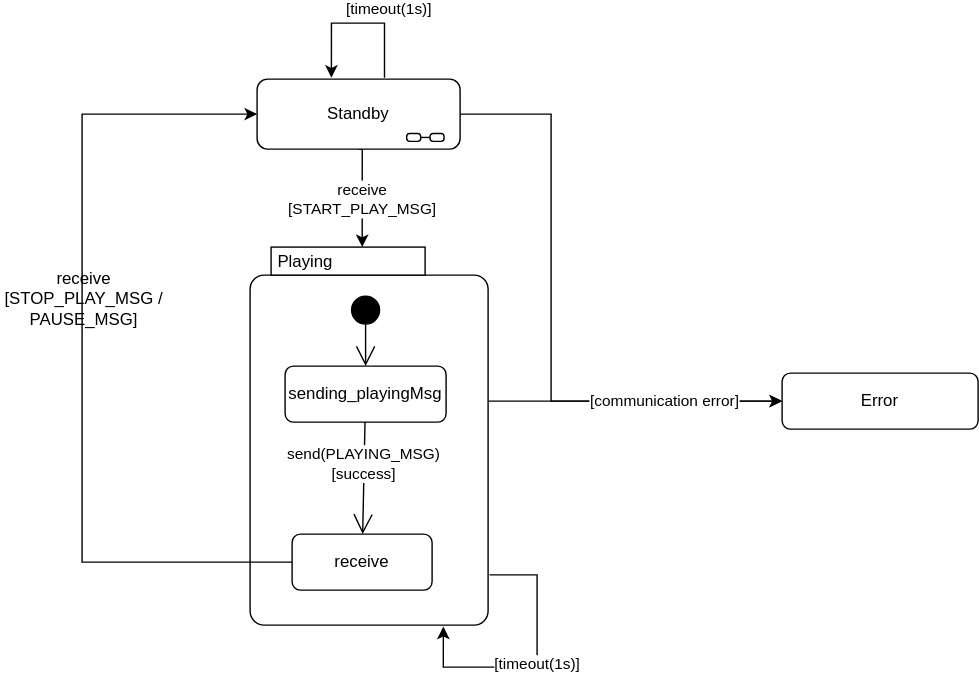
This is Docs/CDCEmulation_SwInterface-Playing_SM.svg from lengyela89/Renault-BT, a draw.io export, as it was before one commit. Source tidied: cells renumbered, new cells last; positions are measured from the earlier drawing's top-left corner, leaving out a move shared by most shapes.
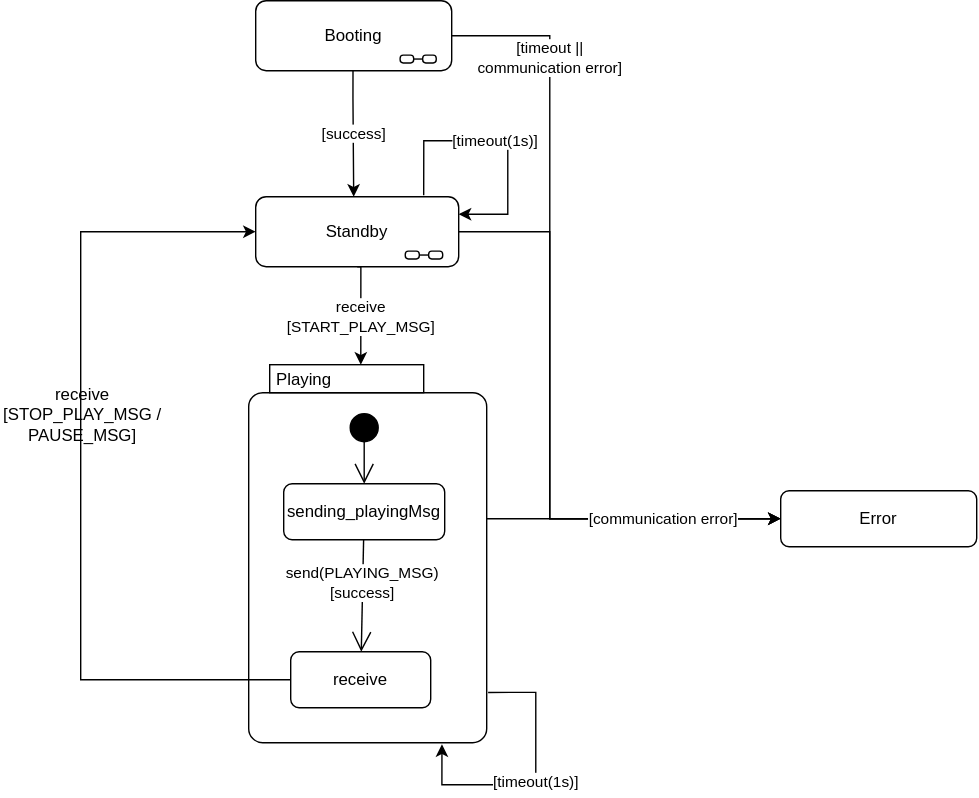
After the change.

Change to the diagram source:
```diff
@@ -2,100 +2,137 @@
   <root>
     <mxCell id="0" />
     <mxCell id="1" parent="0" />
-    <mxCell id="2" style="edgeStyle=orthogonalEdgeStyle;rounded=0;jettySize=auto;html=1;entryX=0;entryY=0.5;entryDx=0;entryDy=0;" parent="1" edge="1" source="3" target="14">
-      <mxGeometry relative="1" as="geometry">
+    <mxCell id="2" value="[timeout || &lt;br&gt;communication error]" style="edgeStyle=orthogonalEdgeStyle;rounded=0;jettySize=auto;html=1;exitX=1;exitY=0.5;exitDx=0;exitDy=0;entryX=0;entryY=0.5;entryDx=0;entryDy=0;" parent="1" edge="1" source="24" target="15">
+      <mxGeometry x="-0.76" y="-15" relative="1" as="geometry">
         <Array as="points">
-          <mxPoint x="325" y="270" />
-          <mxPoint x="325" y="270" />
+          <mxPoint x="335" y="75" />
+          <mxPoint x="335" y="420" />
         </Array>
+        <mxPoint x="15" y="15" as="offset" />
       </mxGeometry>
     </mxCell>
-    <mxCell id="3" value="Playing" style="shape=mxgraph.sysml.compState;align=left;verticalAlign=top;spacingTop=-3;spacingLeft=18;strokeWidth=1;" parent="1" vertex="1">
-      <mxGeometry x="120" y="160" width="170" height="270" as="geometry" />
+    <mxCell id="3" style="edgeStyle=orthogonalEdgeStyle;rounded=0;jettySize=auto;html=1;entryX=0;entryY=0.5;entryDx=0;entryDy=0;" parent="1" edge="1" source="4" target="15">
+      <mxGeometry relative="1" as="geometry">
+        <Array as="points">
+          <mxPoint x="325" y="420" />
+          <mxPoint x="325" y="420" />
+        </Array>
+      </mxGeometry>
     </mxCell>
-    <mxCell id="4" style="shape=ellipse;html=1;fillColor=#000000;verticalLabelPosition=bottom;labelBackgroundColor=#ffffff;verticalAlign=top;" parent="3" vertex="1">
-      <mxGeometry x="72.5" y="35" width="20" height="20" as="geometry" />
+    <mxCell id="4" value="Playing" style="shape=mxgraph.sysml.compState;align=left;verticalAlign=top;spacingTop=-3;spacingLeft=18;strokeWidth=1;" parent="1" vertex="1">
+      <mxGeometry x="120" y="310" width="170" height="270" as="geometry" />
     </mxCell>
-    <mxCell id="5" value="sending_playingMsg" style="strokeColor=inherit;fillColor=inherit;gradientColor=inherit;shape=rect;html=1;rounded=1;whiteSpace=wrap;align=center;" parent="3" vertex="1">
-      <mxGeometry x="25" y="85" width="115" height="40" as="geometry" />
+    <mxCell id="5" style="shape=ellipse;html=1;fillColor=#000000;verticalLabelPosition=bottom;labelBackgroundColor=#ffffff;verticalAlign=top;" parent="4" vertex="1">
+      <mxGeometry x="72.5" y="35" width="20" height="20" as="geometry" />
     </mxCell>
-    <mxCell id="6" value="receive" style="strokeColor=inherit;fillColor=inherit;gradientColor=inherit;shape=rect;html=1;rounded=1;whiteSpace=wrap;align=center;" parent="3" vertex="1">
-      <mxGeometry x="30" y="205" width="100" height="40" as="geometry" />
+    <mxCell id="6" value="sending_playingMsg" style="strokeColor=inherit;fillColor=inherit;gradientColor=inherit;shape=rect;html=1;rounded=1;whiteSpace=wrap;align=center;" parent="4" vertex="1">
+      <mxGeometry x="25" y="85" width="115" height="40" as="geometry" />
     </mxCell>
-    <mxCell id="7" style="strokeColor=inherit;fillColor=inherit;gradientColor=inherit;edgeStyle=none;html=1;endArrow=open;endSize=12;" parent="3" edge="1" source="4" target="5">
-      <mxGeometry relative="1" as="geometry" />
+    <mxCell id="7" value="receive" style="strokeColor=inherit;fillColor=inherit;gradientColor=inherit;shape=rect;html=1;rounded=1;whiteSpace=wrap;align=center;" parent="4" vertex="1">
+      <mxGeometry x="30" y="205" width="100" height="40" as="geometry" />
     </mxCell>
-    <mxCell id="8" value="send(PLAYING_MSG)&lt;br&gt;[success]" style="strokeColor=inherit;fillColor=inherit;gradientColor=inherit;edgeStyle=none;html=1;endArrow=open;endSize=12;" parent="3" edge="1" source="5" target="6">
-      <mxGeometry x="-0.25" relative="1" as="geometry" />
+    <mxCell id="8" style="strokeColor=inherit;fillColor=inherit;gradientColor=inherit;edgeStyle=none;html=1;endArrow=open;endSize=12;" parent="4" edge="1" source="5" target="6">
+      <mxGeometry relative="1" as="geometry" />
     </mxCell>
-    <mxCell id="9" value="[timeout(1s)]" style="edgeStyle=orthogonalEdgeStyle;rounded=0;orthogonalLoop=1;jettySize=auto;html=1;exitX=1.006;exitY=0.867;exitDx=0;exitDy=0;exitPerimeter=0;entryX=0.812;entryY=1.004;entryDx=0;entryDy=0;entryPerimeter=0;" parent="1" edge="1" source="3" target="3">
-      <mxGeometry relative="1" as="geometry">
-        <Array as="points">
-          <mxPoint x="325" y="394" />
-          <mxPoint x="325" y="460" />
-          <mxPoint x="258" y="460" />
-        </Array>
-      </mxGeometry>
+    <mxCell id="9" value="send(PLAYING_MSG)&lt;br&gt;[success]" style="strokeColor=inherit;fillColor=inherit;gradientColor=inherit;edgeStyle=none;html=1;endArrow=open;endSize=12;" parent="4" edge="1" source="6" target="7">
+      <mxGeometry x="-0.25" relative="1" as="geometry" />
     </mxCell>
-    <mxCell id="10" value="receive&lt;br&gt;[START_PLAY_MSG]" style="edgeStyle=orthogonalEdgeStyle;rounded=0;jettySize=auto;html=1;entryX=0.471;entryY=0;entryDx=0;entryDy=0;exitX=0.5;exitY=1;exitDx=0;exitDy=0;entryPerimeter=0;" parent="1" edge="1" source="17" target="3">
-      <mxGeometry x="-0.47" y="-20" relative="1" as="geometry">
+    <mxCell id="10" value="[timeout(1s)]" style="edgeStyle=orthogonalEdgeStyle;rounded=0;orthogonalLoop=1;jettySize=auto;html=1;exitX=1.006;exitY=0.867;exitDx=0;exitDy=0;exitPerimeter=0;entryX=0.812;entryY=1.004;entryDx=0;entryDy=0;entryPerimeter=0;" parent="1" edge="1" source="4" target="4">
+      <mxGeometry relative="1" as="geometry">
         <Array as="points">
-          <mxPoint x="200" y="90" />
+          <mxPoint x="325" y="544" />
+          <mxPoint x="325" y="610" />
+          <mxPoint x="258" y="610" />
         </Array>
-        <mxPoint x="20" y="20" as="offset" />
       </mxGeometry>
     </mxCell>
-    <mxCell id="11" value="&lt;div&gt;&lt;span style=&quot;color: rgb(0 , 0 , 0) ; font-family: &amp;#34;helvetica&amp;#34; ; font-size: 11px ; font-style: normal ; font-weight: 400 ; letter-spacing: normal ; text-align: center ; text-indent: 0px ; text-transform: none ; word-spacing: 0px ; background-color: rgb(255 , 255 , 255) ; float: none ; display: inline&quot;&gt;[communication error]&lt;/span&gt;&lt;br&gt;&lt;/div&gt;" style="edgeStyle=orthogonalEdgeStyle;rounded=0;jettySize=auto;html=1;entryX=0;entryY=0.5;entryDx=0;entryDy=0;exitX=1;exitY=0.5;exitDx=0;exitDy=0;" parent="1" edge="1" source="17" target="14">
-      <mxGeometry x="0.61" relative="1" as="geometry">
+    <mxCell id="11" value="receive&lt;br&gt;[START_PLAY_MSG]" style="edgeStyle=orthogonalEdgeStyle;rounded=0;jettySize=auto;html=1;entryX=0.471;entryY=0;entryDx=0;entryDy=0;exitX=0.5;exitY=1;exitDx=0;exitDy=0;entryPerimeter=0;" parent="1" edge="1" source="18" target="4">
+      <mxGeometry x="-0.47" y="-20" relative="1" as="geometry">
         <Array as="points">
-          <mxPoint x="335" y="65" />
-          <mxPoint x="335" y="270" />
+          <mxPoint x="200" y="240" />
         </Array>
+        <mxPoint x="20" y="20" as="offset" />
       </mxGeometry>
     </mxCell>
-    <mxCell id="12" style="edgeStyle=orthogonalEdgeStyle;rounded=0;jettySize=auto;html=1;entryX=0;entryY=0.5;entryDx=0;entryDy=0;exitX=0;exitY=0.5;exitDx=0;exitDy=0;" parent="1" edge="1" source="6" target="17">
-      <mxGeometry relative="1" as="geometry">
+    <mxCell id="12" value="&lt;div&gt;&lt;span style=&quot;color: rgb(0 , 0 , 0) ; font-family: &amp;#34;helvetica&amp;#34; ; font-size: 11px ; font-style: normal ; font-weight: 400 ; letter-spacing: normal ; text-align: center ; text-indent: 0px ; text-transform: none ; word-spacing: 0px ; background-color: rgb(255 , 255 , 255) ; float: none ; display: inline&quot;&gt;[communication error]&lt;/span&gt;&lt;br&gt;&lt;/div&gt;" style="edgeStyle=orthogonalEdgeStyle;rounded=0;jettySize=auto;html=1;entryX=0;entryY=0.5;entryDx=0;entryDy=0;exitX=1;exitY=0.5;exitDx=0;exitDy=0;" parent="1" edge="1" source="18" target="15">
+      <mxGeometry x="0.61" relative="1" as="geometry">
         <Array as="points">
-          <mxPoint y="385" />
-          <mxPoint y="65" />
+          <mxPoint x="335" y="215" />
+          <mxPoint x="335" y="420" />
         </Array>
       </mxGeometry>
     </mxCell>
-    <mxCell id="13" value="receive&lt;br&gt;[STOP_PLAY_MSG / &lt;br&gt;PAUSE_MSG]" style="text;html=1;align=center;verticalAlign=middle;" parent="12" vertex="1">
-      <mxGeometry x="0.19" y="-1" relative="1" as="geometry">
-        <mxPoint x="-1" y="15" as="offset" />
+    <mxCell id="13" style="edgeStyle=orthogonalEdgeStyle;rounded=0;jettySize=auto;html=1;entryX=0;entryY=0.5;entryDx=0;entryDy=0;exitX=0;exitY=0.5;exitDx=0;exitDy=0;" parent="1" edge="1" source="7" target="18">
+      <mxGeometry relative="1" as="geometry">
+        <Array as="points">
+          <mxPoint y="535" />
+          <mxPoint y="215" />
+        </Array>
       </mxGeometry>
     </mxCell>
-    <mxCell id="14" value="Error" style="shape=rect;rounded=1;html=1;whiteSpace=wrap;align=center;" parent="1" vertex="1">
-      <mxGeometry x="500" y="250" width="140" height="40" as="geometry" />
+    <mxCell id="14" value="receive&lt;br&gt;[STOP_PLAY_MSG / &lt;br&gt;PAUSE_MSG]" style="text;html=1;align=center;verticalAlign=middle;points=[];" parent="13" vertex="1">
+      <mxGeometry x="0.19" y="-1" relative="1" as="geometry">
+        <mxPoint x="-1" y="15" as="offset" />
+      </mxGeometry>
     </mxCell>
-    <mxCell id="15" value="[timeout(1s)]" style="edgeStyle=orthogonalEdgeStyle;rounded=0;jettySize=auto;html=1;entryX=0.366;entryY=-0.02;entryDx=0;entryDy=0;entryPerimeter=0;" parent="1" edge="1" target="17">
-      <mxGeometry x="-0.31" y="-11" relative="1" as="geometry">
-        <mxPoint x="216" y="39" as="sourcePoint" />
-        <Array as="points">
-          <mxPoint x="216" />
-          <mxPoint x="178" />
-        </Array>
-        <mxPoint x="4" y="1" as="offset" />
-      </mxGeometry>
+    <mxCell id="15" value="Error" style="shape=rect;rounded=1;html=1;whiteSpace=wrap;align=center;" parent="1" vertex="1">
+      <mxGeometry x="500" y="400" width="140" height="40" as="geometry" />
     </mxCell>
-    <mxCell id="16" style="group;" parent="1" vertex="1">
-      <mxGeometry x="125" y="40" width="145" height="50" as="geometry" />
+    <mxCell id="16" value="[timeout(1s)]" style="edgeStyle=orthogonalEdgeStyle;rounded=0;jettySize=auto;html=1;entryX=1;entryY=0.25;entryDx=0;entryDy=0;" parent="1" edge="1" target="18">
+      <mxGeometry x="-0.05" relative="1" as="geometry">
+        <mxPoint x="245" y="189" as="sourcePoint" />
+        <Array as="points">
+          <mxPoint x="245" y="150" />
+          <mxPoint x="305" y="150" />
+          <mxPoint x="305" y="203" />
+        </Array>
+      </mxGeometry>
     </mxCell>
-    <mxCell id="17" value="Standby" style="shape=rect;rounded=1;html=1;whiteSpace=wrap;align=center;" parent="16" vertex="1">
-      <mxGeometry width="145" height="50" as="geometry" />
+    <mxCell id="17" style="group;" parent="1" vertex="1">
+      <mxGeometry x="125" y="190" width="145" height="50" as="geometry" />
     </mxCell>
-    <mxCell id="18" style="group;imageWidth=20;imageHeight=20;" parent="16" vertex="1">
-      <mxGeometry x="106.8" y="38.9" width="26.7" height="5.6" as="geometry" />
+    <mxCell id="18" value="Standby" style="shape=rect;rounded=1;html=1;whiteSpace=wrap;align=center;" parent="17" vertex="1">
+      <mxGeometry width="145" height="50" as="geometry" />
     </mxCell>
-    <mxCell id="19" style="rounded=1;whiteSpace=wrap;html=1;arcSize=40;imageWidth=20;imageHeight=20;" parent="18" vertex="1">
-      <mxGeometry width="10" height="5.6" as="geometry" />
+    <mxCell id="19" style="group;imageWidth=20;imageHeight=20;" parent="17" vertex="1">
+      <mxGeometry x="106.8" y="38.9" width="26.7" height="5.6" as="geometry" />
     </mxCell>
-    <mxCell id="20" style="rounded=1;whiteSpace=wrap;html=1;arcSize=40;" parent="18" vertex="1">
-      <mxGeometry x="16.7" width="10" height="5.6" as="geometry" />
+    <mxCell id="20" style="rounded=1;whiteSpace=wrap;html=1;arcSize=40;imageWidth=20;imageHeight=20;" parent="19" vertex="1">
+      <mxGeometry width="10" height="5.6" as="geometry" />
     </mxCell>
-    <mxCell id="21" style="edgeStyle=orthogonalEdgeStyle;rounded=0;jettySize=auto;html=1;exitX=1;exitY=0.5;exitDx=0;exitDy=0;entryX=0;entryY=0.5;entryDx=0;entryDy=0;endArrow=none;endFill=0;" parent="18" edge="1" source="19" target="20">
-      <mxGeometry relative="1" as="geometry" />
+    <mxCell id="21" style="rounded=1;whiteSpace=wrap;html=1;arcSize=40;" parent="19" vertex="1">
+      <mxGeometry x="16.7" width="10" height="5.6" as="geometry" />
     </mxCell>
+    <mxCell id="22" style="edgeStyle=orthogonalEdgeStyle;rounded=0;jettySize=auto;html=1;exitX=1;exitY=0.5;exitDx=0;exitDy=0;entryX=0;entryY=0.5;entryDx=0;entryDy=0;endArrow=none;endFill=0;" parent="19" edge="1" source="20" target="21">
+      <mxGeometry relative="1" as="geometry" />
+    </mxCell>
+    <mxCell id="23" style="group;" parent="1" vertex="1">
+      <mxGeometry x="125" y="50" width="140" height="50" as="geometry" />
+    </mxCell>
+    <mxCell id="24" value="Booting" style="shape=rect;rounded=1;html=1;whiteSpace=wrap;align=center;" parent="23" vertex="1">
+      <mxGeometry width="140" height="50" as="geometry" />
+    </mxCell>
+    <mxCell id="25" style="group;imageWidth=20;imageHeight=20;" parent="23" vertex="1">
+      <mxGeometry x="103.2" y="38.9" width="25.8" height="5.6" as="geometry" />
+    </mxCell>
+    <mxCell id="26" style="rounded=1;whiteSpace=wrap;html=1;arcSize=40;imageWidth=20;imageHeight=20;" parent="25" vertex="1">
+      <mxGeometry width="9.7" height="5.6" as="geometry" />
+    </mxCell>
+    <mxCell id="27" style="rounded=1;whiteSpace=wrap;html=1;arcSize=40;" parent="25" vertex="1">
+      <mxGeometry x="16.1" width="9.7" height="5.6" as="geometry" />
+    </mxCell>
+    <mxCell id="28" style="edgeStyle=orthogonalEdgeStyle;rounded=0;jettySize=auto;html=1;exitX=1;exitY=0.5;exitDx=0;exitDy=0;entryX=0;entryY=0.5;entryDx=0;entryDy=0;endArrow=none;endFill=0;" parent="25" edge="1" source="26" target="27">
+      <mxGeometry relative="1" as="geometry" />
+    </mxCell>
+    <mxCell id="29" value="[success]" style="edgeStyle=orthogonalEdgeStyle;rounded=0;orthogonalLoop=1;jettySize=auto;html=1;" parent="1" edge="1">
+      <mxGeometry relative="1" as="geometry">
+        <mxPoint x="194.5" y="100" as="sourcePoint" />
+        <mxPoint x="195" y="190" as="targetPoint" />
+        <Array as="points">
+          <mxPoint x="195" y="120" />
+          <mxPoint x="195" y="120" />
+        </Array>
+      </mxGeometry>
+    </mxCell>
   </root>
 </mxGraphModel>
```
